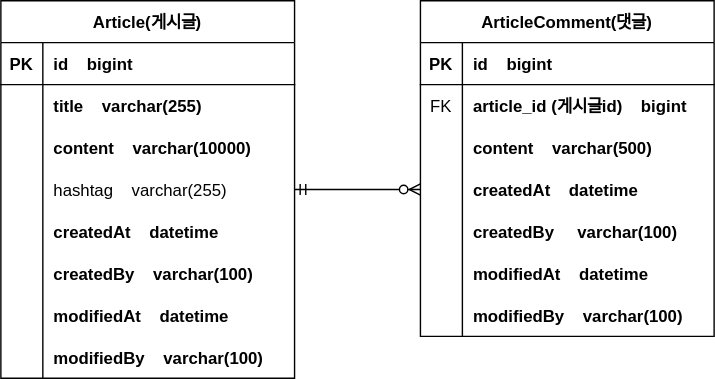
This is document/board_erd.drawio.svg from MJ0501/board, a draw.io export, as it was before one commit. Source tidied: cells renumbered, new cells last; positions are measured from the earlier drawing's top-left corner, leaving out a move shared by most shapes.
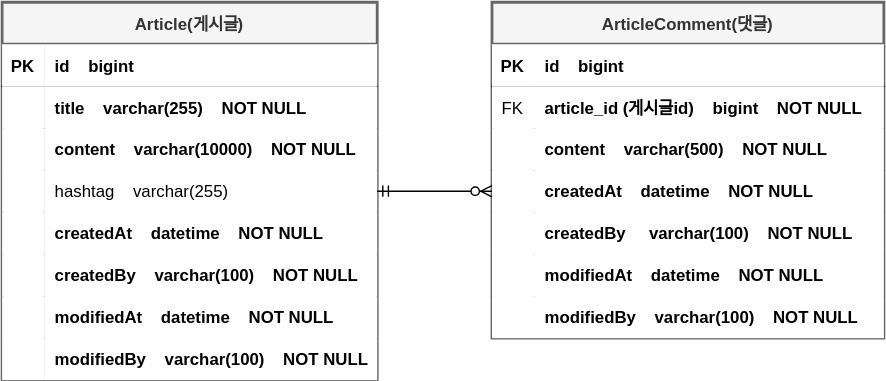
After the commit.

Diff of the diagram source:
```diff
@@ -2,146 +2,146 @@
   <root>
     <mxCell id="0" />
     <mxCell id="1" parent="0" />
-    <mxCell id="2" value="Article(게시글)" style="shape=table;startSize=30;rowLines=0;fontStyle=1;align=center;" parent="1" vertex="1">
-      <mxGeometry width="210" height="270" as="geometry" />
+    <mxCell id="2" value="Article(게시글)" style="shape=table;startSize=30;rowLines=0;fontStyle=1;align=center;fillColor=#f5f5f5;fontColor=#333333;strokeColor=#666666;strokeWidth=2;" parent="1" vertex="1">
+      <mxGeometry x="-50" width="268" height="270" as="geometry" />
     </mxCell>
     <mxCell id="3" style="shape=partialRectangle;fillColor=none;top=0;left=0;right=0;bottom=1;" parent="2" vertex="1">
-      <mxGeometry y="30" width="210" height="30" as="geometry" />
+      <mxGeometry y="30" width="268" height="30" as="geometry" />
     </mxCell>
-    <mxCell id="4" value="PK" style="shape=partialRectangle;overflow=hidden;fillColor=none;top=0;left=0;bottom=0;right=0;fontStyle=1;" parent="3" vertex="1">
+    <mxCell id="4" value="PK" style="shape=partialRectangle;overflow=hidden;fillColor=default;top=0;left=0;bottom=0;right=0;fontStyle=1;" parent="3" vertex="1">
       <mxGeometry width="30" height="30" as="geometry" />
     </mxCell>
-    <mxCell id="5" value="id    bigint" style="shape=partialRectangle;overflow=hidden;fillColor=none;top=0;left=0;bottom=0;right=0;align=left;spacingLeft=6;fontStyle=1;" parent="3" vertex="1">
-      <mxGeometry x="30" width="180" height="30" as="geometry" />
+    <mxCell id="5" value="id    bigint" style="shape=partialRectangle;overflow=hidden;fillColor=default;top=0;left=0;bottom=0;right=0;align=left;spacingLeft=6;fontStyle=1;" parent="3" vertex="1">
+      <mxGeometry x="30" width="238" height="30" as="geometry" />
     </mxCell>
     <mxCell id="6" style="shape=partialRectangle;fillColor=none;top=0;left=0;right=0;bottom=0;" parent="2" vertex="1">
-      <mxGeometry y="60" width="210" height="30" as="geometry" />
+      <mxGeometry y="60" width="268" height="30" as="geometry" />
     </mxCell>
-    <mxCell id="7" style="shape=partialRectangle;overflow=hidden;fillColor=none;top=0;left=0;bottom=0;right=0;" parent="6" vertex="1">
+    <mxCell id="7" style="shape=partialRectangle;overflow=hidden;fillColor=default;top=0;left=0;bottom=0;right=0;" parent="6" vertex="1">
       <mxGeometry width="30" height="30" as="geometry" />
     </mxCell>
-    <mxCell id="8" value="title    varchar(255)" style="shape=partialRectangle;overflow=hidden;fillColor=none;top=0;left=0;bottom=0;right=0;align=left;spacingLeft=6;fontStyle=1;" parent="6" vertex="1">
-      <mxGeometry x="30" width="180" height="30" as="geometry" />
+    <mxCell id="8" value="title    varchar(255)    NOT NULL" style="shape=partialRectangle;overflow=hidden;fillColor=default;top=0;left=0;bottom=0;right=0;align=left;spacingLeft=6;fontStyle=1;" parent="6" vertex="1">
+      <mxGeometry x="30" width="238" height="30" as="geometry" />
     </mxCell>
     <mxCell id="9" style="shape=partialRectangle;fillColor=none;top=0;left=0;right=0;bottom=0;" parent="2" vertex="1">
-      <mxGeometry y="90" width="210" height="30" as="geometry" />
+      <mxGeometry y="90" width="268" height="30" as="geometry" />
     </mxCell>
-    <mxCell id="10" style="shape=partialRectangle;overflow=hidden;fillColor=none;top=0;left=0;bottom=0;right=0;" parent="9" vertex="1">
+    <mxCell id="10" style="shape=partialRectangle;overflow=hidden;fillColor=default;top=0;left=0;bottom=0;right=0;" parent="9" vertex="1">
       <mxGeometry width="30" height="30" as="geometry" />
     </mxCell>
-    <mxCell id="11" value="content    varchar(10000)" style="shape=partialRectangle;overflow=hidden;fillColor=none;top=0;left=0;bottom=0;right=0;align=left;spacingLeft=6;fontStyle=1;" parent="9" vertex="1">
-      <mxGeometry x="30" width="180" height="30" as="geometry" />
+    <mxCell id="11" value="content    varchar(10000)    NOT NULL" style="shape=partialRectangle;overflow=hidden;fillColor=default;top=0;left=0;bottom=0;right=0;align=left;spacingLeft=6;fontStyle=1;" parent="9" vertex="1">
+      <mxGeometry x="30" width="238" height="30" as="geometry" />
     </mxCell>
     <mxCell id="12" style="shape=partialRectangle;fillColor=none;points=[[0,0.5],[1,0.5]];portConstraint=eastwest;top=0;left=0;right=0;bottom=0;" parent="2" vertex="1">
-      <mxGeometry y="120" width="210" height="30" as="geometry" />
+      <mxGeometry y="120" width="268" height="30" as="geometry" />
     </mxCell>
-    <mxCell id="13" style="shape=partialRectangle;overflow=hidden;fillColor=none;top=0;left=0;bottom=0;right=0;" parent="12" vertex="1">
+    <mxCell id="13" style="shape=partialRectangle;overflow=hidden;fillColor=default;top=0;left=0;bottom=0;right=0;" parent="12" vertex="1">
       <mxGeometry width="30" height="30" as="geometry" />
     </mxCell>
-    <mxCell id="14" value="hashtag    varchar(255)" style="shape=partialRectangle;overflow=hidden;fillColor=none;top=0;left=0;bottom=0;right=0;align=left;spacingLeft=6;" parent="12" vertex="1">
-      <mxGeometry x="30" width="180" height="30" as="geometry" />
+    <mxCell id="14" value="hashtag    varchar(255)" style="shape=partialRectangle;overflow=hidden;fillColor=default;top=0;left=0;bottom=0;right=0;align=left;spacingLeft=6;" parent="12" vertex="1">
+      <mxGeometry x="30" width="238" height="30" as="geometry" />
     </mxCell>
     <mxCell id="15" style="shape=partialRectangle;fillColor=none;top=0;left=0;right=0;bottom=0;" parent="2" vertex="1">
-      <mxGeometry y="150" width="210" height="30" as="geometry" />
+      <mxGeometry y="150" width="268" height="30" as="geometry" />
     </mxCell>
-    <mxCell id="16" style="shape=partialRectangle;overflow=hidden;fillColor=none;top=0;left=0;bottom=0;right=0;" parent="15" vertex="1">
+    <mxCell id="16" style="shape=partialRectangle;overflow=hidden;fillColor=default;top=0;left=0;bottom=0;right=0;" parent="15" vertex="1">
       <mxGeometry width="30" height="30" as="geometry" />
     </mxCell>
-    <mxCell id="17" value="createdAt    datetime" style="shape=partialRectangle;overflow=hidden;fillColor=none;top=0;left=0;bottom=0;right=0;align=left;spacingLeft=6;fontStyle=1;" parent="15" vertex="1">
-      <mxGeometry x="30" width="180" height="30" as="geometry" />
+    <mxCell id="17" value="createdAt    datetime    NOT NULL" style="shape=partialRectangle;overflow=hidden;fillColor=default;top=0;left=0;bottom=0;right=0;align=left;spacingLeft=6;fontStyle=1;" parent="15" vertex="1">
+      <mxGeometry x="30" width="238" height="30" as="geometry" />
     </mxCell>
     <mxCell id="18" style="shape=partialRectangle;fillColor=none;top=0;left=0;right=0;bottom=0;" parent="2" vertex="1">
-      <mxGeometry y="180" width="210" height="30" as="geometry" />
+      <mxGeometry y="180" width="268" height="30" as="geometry" />
     </mxCell>
-    <mxCell id="19" style="shape=partialRectangle;overflow=hidden;fillColor=none;top=0;left=0;bottom=0;right=0;" parent="18" vertex="1">
+    <mxCell id="19" style="shape=partialRectangle;overflow=hidden;fillColor=default;top=0;left=0;bottom=0;right=0;" parent="18" vertex="1">
       <mxGeometry width="30" height="30" as="geometry" />
     </mxCell>
-    <mxCell id="20" value="createdBy    varchar(100)" style="shape=partialRectangle;overflow=hidden;fillColor=none;top=0;left=0;bottom=0;right=0;align=left;spacingLeft=6;fontStyle=1;" parent="18" vertex="1">
-      <mxGeometry x="30" width="180" height="30" as="geometry" />
+    <mxCell id="20" value="createdBy    varchar(100)    NOT NULL" style="shape=partialRectangle;overflow=hidden;fillColor=default;top=0;left=0;bottom=0;right=0;align=left;spacingLeft=6;fontStyle=1;" parent="18" vertex="1">
+      <mxGeometry x="30" width="238" height="30" as="geometry" />
     </mxCell>
     <mxCell id="21" style="shape=partialRectangle;fillColor=none;top=0;left=0;right=0;bottom=0;" parent="2" vertex="1">
-      <mxGeometry y="210" width="210" height="30" as="geometry" />
+      <mxGeometry y="210" width="268" height="30" as="geometry" />
     </mxCell>
-    <mxCell id="22" style="shape=partialRectangle;overflow=hidden;fillColor=none;top=0;left=0;bottom=0;right=0;" parent="21" vertex="1">
+    <mxCell id="22" style="shape=partialRectangle;overflow=hidden;fillColor=default;top=0;left=0;bottom=0;right=0;" parent="21" vertex="1">
       <mxGeometry width="30" height="30" as="geometry" />
     </mxCell>
-    <mxCell id="23" value="modifiedAt    datetime" style="shape=partialRectangle;overflow=hidden;fillColor=none;top=0;left=0;bottom=0;right=0;align=left;spacingLeft=6;fontStyle=1;" parent="21" vertex="1">
-      <mxGeometry x="30" width="180" height="30" as="geometry" />
+    <mxCell id="23" value="modifiedAt    datetime    NOT NULL" style="shape=partialRectangle;overflow=hidden;fillColor=default;top=0;left=0;bottom=0;right=0;align=left;spacingLeft=6;fontStyle=1;" parent="21" vertex="1">
+      <mxGeometry x="30" width="238" height="30" as="geometry" />
     </mxCell>
     <mxCell id="24" style="shape=partialRectangle;fillColor=none;top=0;left=0;right=0;bottom=0;" parent="2" vertex="1">
-      <mxGeometry y="240" width="210" height="30" as="geometry" />
+      <mxGeometry y="240" width="268" height="30" as="geometry" />
     </mxCell>
-    <mxCell id="25" style="shape=partialRectangle;overflow=hidden;fillColor=none;top=0;left=0;bottom=0;right=0;" parent="24" vertex="1">
+    <mxCell id="25" style="shape=partialRectangle;overflow=hidden;fillColor=default;top=0;left=0;bottom=0;right=0;" parent="24" vertex="1">
       <mxGeometry width="30" height="30" as="geometry" />
     </mxCell>
-    <mxCell id="26" value="modifiedBy    varchar(100)" style="shape=partialRectangle;overflow=hidden;fillColor=none;top=0;left=0;bottom=0;right=0;align=left;spacingLeft=6;fontStyle=1;" parent="24" vertex="1">
-      <mxGeometry x="30" width="180" height="30" as="geometry" />
+    <mxCell id="26" value="modifiedBy    varchar(100)    NOT NULL" style="shape=partialRectangle;overflow=hidden;fillColor=default;top=0;left=0;bottom=0;right=0;align=left;spacingLeft=6;fontStyle=1;" parent="24" vertex="1">
+      <mxGeometry x="30" width="238" height="30" as="geometry" />
     </mxCell>
-    <mxCell id="27" value="ArticleComment(댓글)" style="shape=table;startSize=30;rowLines=0;fontStyle=1;align=center;" parent="1" vertex="1">
-      <mxGeometry x="300" width="210" height="240" as="geometry" />
+    <mxCell id="27" value="ArticleComment(댓글)" style="shape=table;startSize=30;rowLines=0;fontStyle=1;align=center;fillColor=#f5f5f5;fontColor=#333333;strokeColor=#666666;strokeWidth=2;" parent="1" vertex="1">
+      <mxGeometry x="300" width="280" height="240" as="geometry" />
     </mxCell>
     <mxCell id="28" style="shape=partialRectangle;fillColor=none;top=0;left=0;right=0;bottom=1;" parent="27" vertex="1">
-      <mxGeometry y="30" width="210" height="30" as="geometry" />
+      <mxGeometry y="30" width="280" height="30" as="geometry" />
     </mxCell>
-    <mxCell id="29" value="PK" style="shape=partialRectangle;overflow=hidden;fillColor=none;top=0;left=0;bottom=0;right=0;fontStyle=1;" parent="28" vertex="1">
+    <mxCell id="29" value="PK" style="shape=partialRectangle;overflow=hidden;fillColor=default;top=0;left=0;bottom=0;right=0;fontStyle=1;" parent="28" vertex="1">
       <mxGeometry width="30" height="30" as="geometry" />
     </mxCell>
-    <mxCell id="30" value="id    bigint" style="shape=partialRectangle;overflow=hidden;fillColor=none;top=0;left=0;bottom=0;right=0;align=left;spacingLeft=6;fontStyle=1;" parent="28" vertex="1">
-      <mxGeometry x="30" width="180" height="30" as="geometry" />
+    <mxCell id="30" value="id    bigint" style="shape=partialRectangle;overflow=hidden;fillColor=default;top=0;left=0;bottom=0;right=0;align=left;spacingLeft=6;fontStyle=1;" parent="28" vertex="1">
+      <mxGeometry x="30" width="250" height="30" as="geometry" />
     </mxCell>
     <mxCell id="31" style="shape=partialRectangle;fillColor=none;top=0;left=0;right=0;bottom=0;" parent="27" vertex="1">
-      <mxGeometry y="60" width="210" height="30" as="geometry" />
+      <mxGeometry y="60" width="280" height="30" as="geometry" />
     </mxCell>
-    <mxCell id="32" value="FK" style="shape=partialRectangle;overflow=hidden;fillColor=none;top=0;left=0;bottom=0;right=0;" parent="31" vertex="1">
+    <mxCell id="32" value="FK" style="shape=partialRectangle;overflow=hidden;fillColor=default;top=0;left=0;bottom=0;right=0;" parent="31" vertex="1">
       <mxGeometry width="30" height="30" as="geometry" />
     </mxCell>
-    <mxCell id="33" value="article_id (게시글id)    bigint" style="shape=partialRectangle;overflow=hidden;fillColor=none;top=0;left=0;bottom=0;right=0;align=left;spacingLeft=6;fontStyle=1;" parent="31" vertex="1">
-      <mxGeometry x="30" width="180" height="30" as="geometry" />
+    <mxCell id="33" value="article_id (게시글id)    bigint    NOT NULL" style="shape=partialRectangle;overflow=hidden;fillColor=default;top=0;left=0;bottom=0;right=0;align=left;spacingLeft=6;fontStyle=1;" parent="31" vertex="1">
+      <mxGeometry x="30" width="250" height="30" as="geometry" />
     </mxCell>
     <mxCell id="34" style="shape=partialRectangle;fillColor=none;top=0;left=0;right=0;bottom=0;" parent="27" vertex="1">
-      <mxGeometry y="90" width="210" height="30" as="geometry" />
+      <mxGeometry y="90" width="280" height="30" as="geometry" />
     </mxCell>
-    <mxCell id="35" style="shape=partialRectangle;overflow=hidden;fillColor=none;top=0;left=0;bottom=0;right=0;" parent="34" vertex="1">
+    <mxCell id="35" style="shape=partialRectangle;overflow=hidden;fillColor=default;top=0;left=0;bottom=0;right=0;" parent="34" vertex="1">
       <mxGeometry width="30" height="30" as="geometry" />
     </mxCell>
-    <mxCell id="36" value="content    varchar(500)" style="shape=partialRectangle;overflow=hidden;fillColor=none;top=0;left=0;bottom=0;right=0;align=left;spacingLeft=6;fontStyle=1;" parent="34" vertex="1">
-      <mxGeometry x="30" width="180" height="30" as="geometry" />
+    <mxCell id="36" value="content    varchar(500)    NOT NULL" style="shape=partialRectangle;overflow=hidden;fillColor=default;top=0;left=0;bottom=0;right=0;align=left;spacingLeft=6;fontStyle=1;" parent="34" vertex="1">
+      <mxGeometry x="30" width="250" height="30" as="geometry" />
     </mxCell>
     <mxCell id="37" style="shape=partialRectangle;fillColor=none;points=[[0,0.5],[1,0.5]];portConstraint=eastwest;top=0;left=0;right=0;bottom=0;" parent="27" vertex="1">
-      <mxGeometry y="120" width="210" height="30" as="geometry" />
+      <mxGeometry y="120" width="280" height="30" as="geometry" />
     </mxCell>
-    <mxCell id="38" style="shape=partialRectangle;overflow=hidden;fillColor=none;top=0;left=0;bottom=0;right=0;" parent="37" vertex="1">
+    <mxCell id="38" style="shape=partialRectangle;overflow=hidden;fillColor=default;top=0;left=0;bottom=0;right=0;" parent="37" vertex="1">
       <mxGeometry width="30" height="30" as="geometry" />
     </mxCell>
-    <mxCell id="39" value="createdAt    datetime" style="shape=partialRectangle;overflow=hidden;fillColor=none;top=0;left=0;bottom=0;right=0;align=left;spacingLeft=6;fontStyle=1;" parent="37" vertex="1">
-      <mxGeometry x="30" width="180" height="30" as="geometry" />
+    <mxCell id="39" value="createdAt    datetime    NOT NULL" style="shape=partialRectangle;overflow=hidden;fillColor=default;top=0;left=0;bottom=0;right=0;align=left;spacingLeft=6;fontStyle=1;" parent="37" vertex="1">
+      <mxGeometry x="30" width="250" height="30" as="geometry" />
     </mxCell>
     <mxCell id="40" style="shape=partialRectangle;fillColor=none;top=0;left=0;right=0;bottom=0;" parent="27" vertex="1">
-      <mxGeometry y="150" width="210" height="30" as="geometry" />
+      <mxGeometry y="150" width="280" height="30" as="geometry" />
     </mxCell>
-    <mxCell id="41" style="shape=partialRectangle;overflow=hidden;fillColor=none;top=0;left=0;bottom=0;right=0;" parent="40" vertex="1">
+    <mxCell id="41" style="shape=partialRectangle;overflow=hidden;fillColor=default;top=0;left=0;bottom=0;right=0;" parent="40" vertex="1">
       <mxGeometry width="30" height="30" as="geometry" />
     </mxCell>
-    <mxCell id="42" value="createdBy     varchar(100)" style="shape=partialRectangle;overflow=hidden;fillColor=none;top=0;left=0;bottom=0;right=0;align=left;spacingLeft=6;fontStyle=1;" parent="40" vertex="1">
-      <mxGeometry x="30" width="180" height="30" as="geometry" />
+    <mxCell id="42" value="createdBy     varchar(100)    NOT NULL" style="shape=partialRectangle;overflow=hidden;fillColor=default;top=0;left=0;bottom=0;right=0;align=left;spacingLeft=6;fontStyle=1;" parent="40" vertex="1">
+      <mxGeometry x="30" width="250" height="30" as="geometry" />
     </mxCell>
     <mxCell id="43" style="shape=partialRectangle;fillColor=none;top=0;left=0;right=0;bottom=0;" parent="27" vertex="1">
-      <mxGeometry y="180" width="210" height="30" as="geometry" />
+      <mxGeometry y="180" width="280" height="30" as="geometry" />
     </mxCell>
-    <mxCell id="44" style="shape=partialRectangle;overflow=hidden;fillColor=none;top=0;left=0;bottom=0;right=0;" parent="43" vertex="1">
+    <mxCell id="44" style="shape=partialRectangle;overflow=hidden;fillColor=default;top=0;left=0;bottom=0;right=0;" parent="43" vertex="1">
       <mxGeometry width="30" height="30" as="geometry" />
     </mxCell>
-    <mxCell id="45" value="modifiedAt    datetime" style="shape=partialRectangle;overflow=hidden;fillColor=none;top=0;left=0;bottom=0;right=0;align=left;spacingLeft=6;fontStyle=1;" parent="43" vertex="1">
-      <mxGeometry x="30" width="180" height="30" as="geometry" />
+    <mxCell id="45" value="modifiedAt    datetime    NOT NULL" style="shape=partialRectangle;overflow=hidden;fillColor=default;top=0;left=0;bottom=0;right=0;align=left;spacingLeft=6;fontStyle=1;" parent="43" vertex="1">
+      <mxGeometry x="30" width="250" height="30" as="geometry" />
     </mxCell>
     <mxCell id="46" style="shape=partialRectangle;fillColor=none;top=0;left=0;right=0;bottom=0;" parent="27" vertex="1">
-      <mxGeometry y="210" width="210" height="30" as="geometry" />
+      <mxGeometry y="210" width="280" height="30" as="geometry" />
     </mxCell>
-    <mxCell id="47" style="shape=partialRectangle;overflow=hidden;fillColor=none;top=0;left=0;bottom=0;right=0;" parent="46" vertex="1">
+    <mxCell id="47" style="shape=partialRectangle;overflow=hidden;fillColor=default;top=0;left=0;bottom=0;right=0;" parent="46" vertex="1">
       <mxGeometry width="30" height="30" as="geometry" />
     </mxCell>
-    <mxCell id="48" value="modifiedBy    varchar(100)" style="shape=partialRectangle;overflow=hidden;fillColor=none;top=0;left=0;bottom=0;right=0;align=left;spacingLeft=6;fontStyle=1;" parent="46" vertex="1">
-      <mxGeometry x="30" width="180" height="30" as="geometry" />
+    <mxCell id="48" value="modifiedBy    varchar(100)    NOT NULL" style="shape=partialRectangle;overflow=hidden;fillColor=default;top=0;left=0;bottom=0;right=0;align=left;spacingLeft=6;fontStyle=1;" parent="46" vertex="1">
+      <mxGeometry x="30" width="250" height="30" as="geometry" />
     </mxCell>
     <mxCell id="49" style="edgeStyle=entityRelationEdgeStyle;fontSize=12;html=1;endArrow=ERzeroToMany;startArrow=ERmandOne;rounded=0;entryX=0;entryY=0.5;entryDx=0;entryDy=0;" parent="1" edge="1" source="12" target="37">
       <mxGeometry relative="1" as="geometry" />
```
